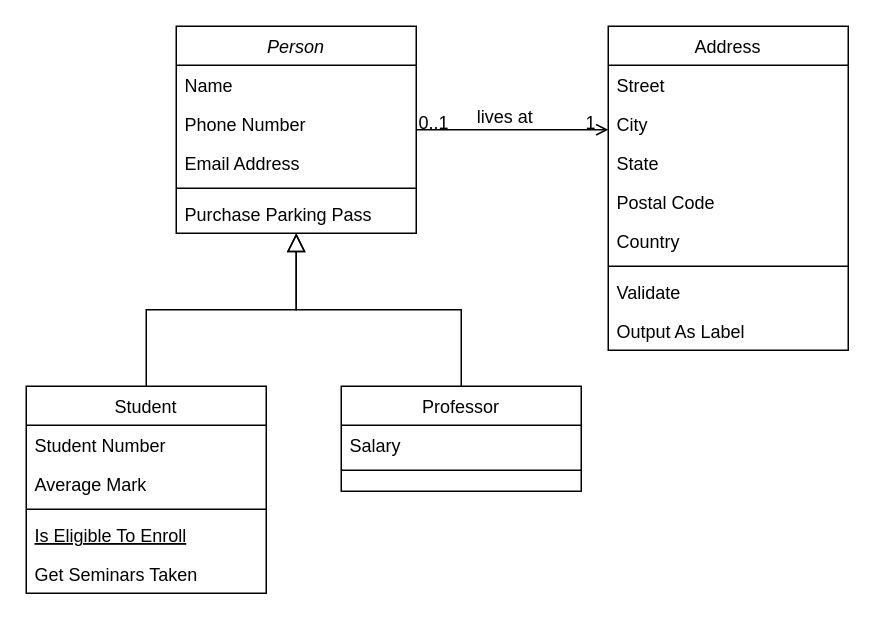
The draw.io diagram report-latex/figures/drawio/class_diagram_example.drawio in Salmen-BA21/Queue-Wait-Time-Estimation, before the edit. Source tidied: cells renumbered, new cells numbered last; positions are measured from the earlier drawing's top-left corner, leaving out a move shared by most shapes. Both pictures are drawn from the tidied source at 150%, with x=0, y=0 at pixel (26, 26).
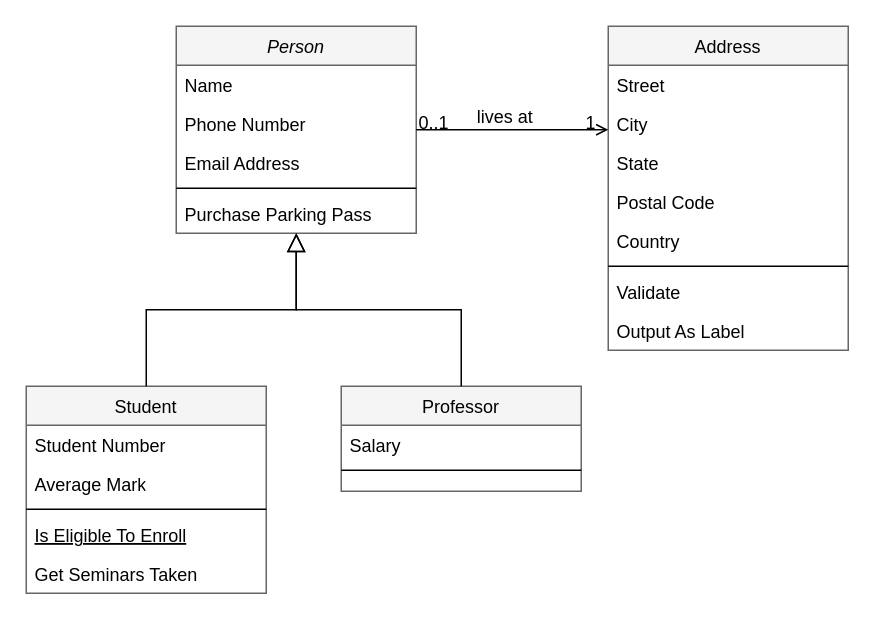
The same diagram, later.

What changed in the source:
```diff
@@
-    <mxCell id="2" value="Person" style="swimlane;fontStyle=2;align=center;verticalAlign=top;horizontal=1;startSize=26;rounded=0;shadow=0;strokeWidth=1;" parent="1" vertex="1">
+    <mxCell id="2" value="Person" style="swimlane;fontStyle=2;align=center;verticalAlign=top;horizontal=1;startSize=26;rounded=0;shadow=0;strokeWidth=1;fillColor=#f5f5f5;strokeColor=#666666;" parent="1" vertex="1">
       <mxGeometry x="100" width="160" height="138" as="geometry" />
     </mxCell>
@@
-    <mxCell id="4" value="Phone Number" style="text;align=left;verticalAlign=top;spacingLeft=4;spacingRight=4;overflow=hidden;rounded=0;shadow=0;html=0;" parent="2" vertex="1">
+    <mxCell id="4" value="Phone Number" style="text;align=left;verticalAlign=top;spacingLeft=4;spacingRight=4;overflow=hidden;rounded=0;shadow=0;html=1;" parent="2" vertex="1">
       <mxGeometry y="52" width="160" height="26" as="geometry" />
     </mxCell>
-    <mxCell id="5" value="Email Address" style="text;align=left;verticalAlign=top;spacingLeft=4;spacingRight=4;overflow=hidden;rounded=0;shadow=0;html=0;" parent="2" vertex="1">
+    <mxCell id="5" value="Email Address" style="text;align=left;verticalAlign=top;spacingLeft=4;spacingRight=4;overflow=hidden;rounded=0;shadow=0;html=1;" parent="2" vertex="1">
       <mxGeometry y="78" width="160" height="26" as="geometry" />
     </mxCell>
@@
-    <mxCell id="8" value="Student" style="swimlane;fontStyle=0;align=center;verticalAlign=top;horizontal=1;startSize=26;rounded=0;shadow=0;strokeWidth=1;" parent="1" vertex="1">
+    <mxCell id="8" value="Student" style="swimlane;fontStyle=0;align=center;verticalAlign=top;horizontal=1;startSize=26;rounded=0;shadow=0;strokeWidth=1;fillColor=#f5f5f5;strokeColor=#666666;" parent="1" vertex="1">
       <mxGeometry y="240" width="160" height="138" as="geometry" />
     </mxCell>
@@
-    <mxCell id="10" value="Average Mark" style="text;align=left;verticalAlign=top;spacingLeft=4;spacingRight=4;overflow=hidden;rounded=0;shadow=0;html=0;" parent="8" vertex="1">
+    <mxCell id="10" value="Average Mark" style="text;align=left;verticalAlign=top;spacingLeft=4;spacingRight=4;overflow=hidden;rounded=0;shadow=0;html=1;" parent="8" vertex="1">
       <mxGeometry y="52" width="160" height="26" as="geometry" />
     </mxCell>
@@
-    <mxCell id="15" value="Professor" style="swimlane;fontStyle=0;align=center;verticalAlign=top;horizontal=1;startSize=26;rounded=0;shadow=0;strokeWidth=1;" parent="1" vertex="1">
+    <mxCell id="15" value="Professor" style="swimlane;fontStyle=0;align=center;verticalAlign=top;horizontal=1;startSize=26;rounded=0;shadow=0;strokeWidth=1;fillColor=#f5f5f5;strokeColor=#666666;" parent="1" vertex="1">
       <mxGeometry x="210" y="240" width="160" height="70" as="geometry" />
     </mxCell>
@@
-    <mxCell id="19" value="Address" style="swimlane;fontStyle=0;align=center;verticalAlign=top;horizontal=1;startSize=26;rounded=0;shadow=0;strokeWidth=1;" parent="1" vertex="1">
+    <mxCell id="19" value="Address" style="swimlane;fontStyle=0;align=center;verticalAlign=top;horizontal=1;startSize=26;rounded=0;shadow=0;strokeWidth=1;fillColor=#f5f5f5;strokeColor=#666666;" parent="1" vertex="1">
       <mxGeometry x="388" width="160" height="216" as="geometry" />
     </mxCell>
@@
-    <mxCell id="21" value="City" style="text;align=left;verticalAlign=top;spacingLeft=4;spacingRight=4;overflow=hidden;rounded=0;shadow=0;html=0;" parent="19" vertex="1">
+    <mxCell id="21" value="City" style="text;align=left;verticalAlign=top;spacingLeft=4;spacingRight=4;overflow=hidden;rounded=0;shadow=0;html=1;" parent="19" vertex="1">
       <mxGeometry y="52" width="160" height="26" as="geometry" />
     </mxCell>
-    <mxCell id="22" value="State" style="text;align=left;verticalAlign=top;spacingLeft=4;spacingRight=4;overflow=hidden;rounded=0;shadow=0;html=0;" parent="19" vertex="1">
+    <mxCell id="22" value="State" style="text;align=left;verticalAlign=top;spacingLeft=4;spacingRight=4;overflow=hidden;rounded=0;shadow=0;html=1;" parent="19" vertex="1">
       <mxGeometry y="78" width="160" height="26" as="geometry" />
     </mxCell>
-    <mxCell id="23" value="Postal Code" style="text;align=left;verticalAlign=top;spacingLeft=4;spacingRight=4;overflow=hidden;rounded=0;shadow=0;html=0;" parent="19" vertex="1">
+    <mxCell id="23" value="Postal Code" style="text;align=left;verticalAlign=top;spacingLeft=4;spacingRight=4;overflow=hidden;rounded=0;shadow=0;html=1;" parent="19" vertex="1">
       <mxGeometry y="104" width="160" height="26" as="geometry" />
     </mxCell>
-    <mxCell id="24" value="Country" style="text;align=left;verticalAlign=top;spacingLeft=4;spacingRight=4;overflow=hidden;rounded=0;shadow=0;html=0;" parent="19" vertex="1">
+    <mxCell id="24" value="Country" style="text;align=left;verticalAlign=top;spacingLeft=4;spacingRight=4;overflow=hidden;rounded=0;shadow=0;html=1;" parent="19" vertex="1">
       <mxGeometry y="130" width="160" height="26" as="geometry" />
     </mxCell>
```
